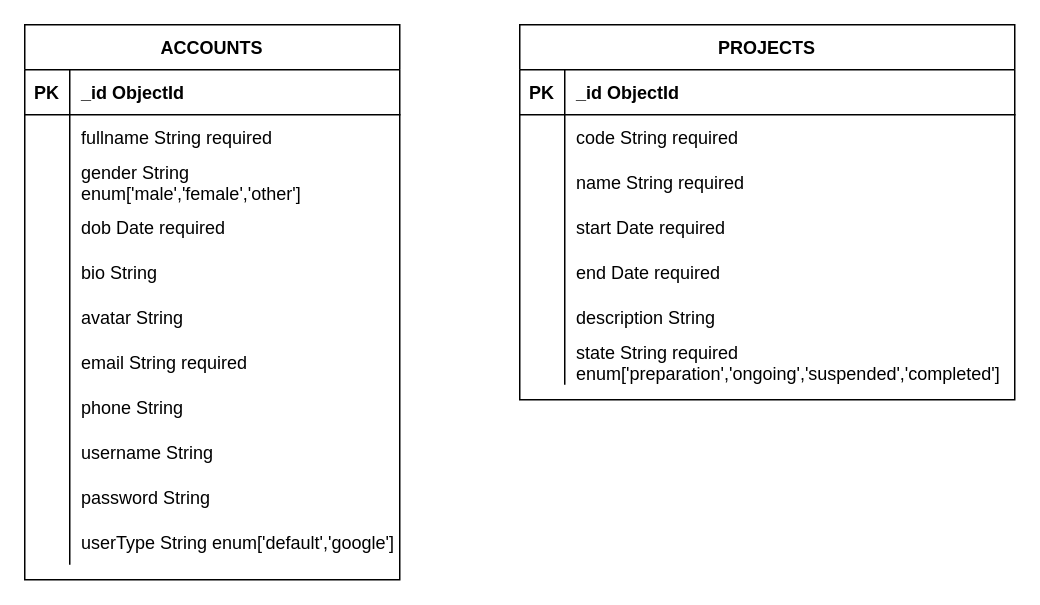
Earlier version of the draw.io diagram Untitled Diagram.drawio (mqdo/pnl-x10-2-backend). Source tidied: cells renumbered, new cells numbered last; positions are measured from the earlier drawing's top-left corner, leaving out a move shared by most shapes. Both pictures are drawn from the tidied source at 150%, with x=0, y=0 at pixel (24, 24).
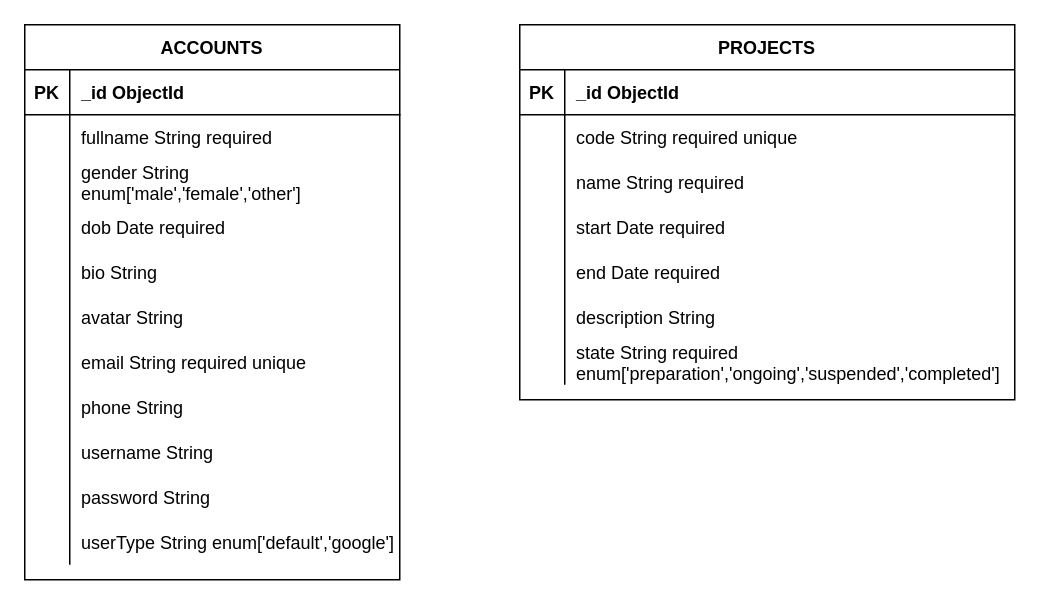
Above is the later version.

Commit message:
Update Untitled Diagram.drawio, add "unique" fields

The change refers to these unchanged cells:
```xml
<mxCell id="6" style="shape=partialRectangle;fillColor=none;top=0;left=0;right=0;bottom=0;" parent="2" vertex="1">
  <mxGeometry y="60" width="330" height="30" as="geometry" />
</mxCell>
<mxCell id="43" style="shape=partialRectangle;fillColor=none;top=0;left=0;right=0;bottom=0;" parent="24" vertex="1">
  <mxGeometry y="210" width="250" height="30" as="geometry" />
</mxCell>
```

Change to the diagram source:
```diff
@@
-    <mxCell id="8" value="code String required" style="shape=partialRectangle;overflow=hidden;fillColor=none;top=0;left=0;bottom=0;right=0;align=left;spacingLeft=6;" parent="6" vertex="1">
+    <mxCell id="8" value="code String required unique" style="shape=partialRectangle;overflow=hidden;fillColor=none;top=0;left=0;bottom=0;right=0;align=left;spacingLeft=6;" parent="6" vertex="1">
       <mxGeometry x="30" width="300" height="30" as="geometry" />
     </mxCell>
@@
-    <mxCell id="45" value="email String required" style="shape=partialRectangle;overflow=hidden;fillColor=none;top=0;left=0;bottom=0;right=0;align=left;spacingLeft=6;" parent="43" vertex="1">
+    <mxCell id="45" value="email String required unique" style="shape=partialRectangle;overflow=hidden;fillColor=none;top=0;left=0;bottom=0;right=0;align=left;spacingLeft=6;" parent="43" vertex="1">
       <mxGeometry x="30" width="220" height="30" as="geometry" />
     </mxCell>
```
